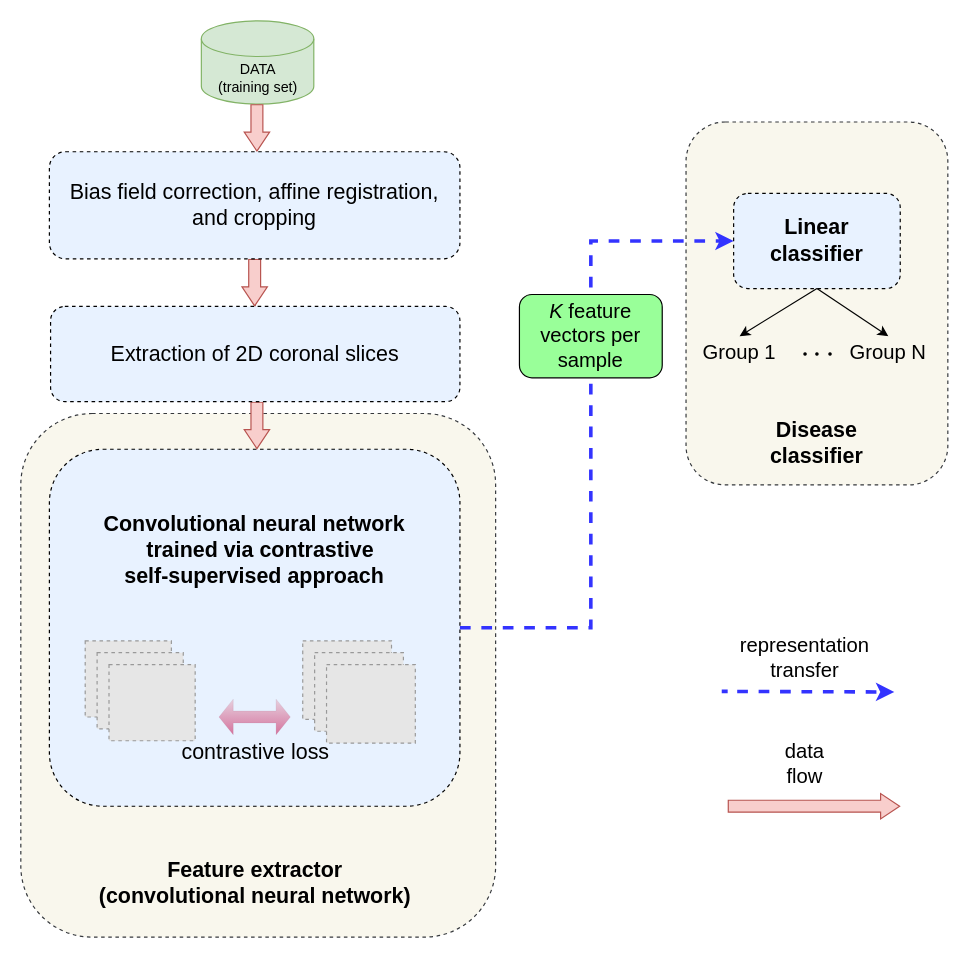
This is images/architecture.drawio from rafayshahood/adni-modif, a draw.io file, before an edit. Source tidied: cells renumbered, new cells numbered last; positions are measured from the earlier drawing's top-left corner, leaving out a move shared by most shapes. Both pictures are drawn from the tidied source at 119%, with x=0, y=0 at pixel (20, 20). Pictures stored in the file or linked from it are replaced by grey dashed boxes.
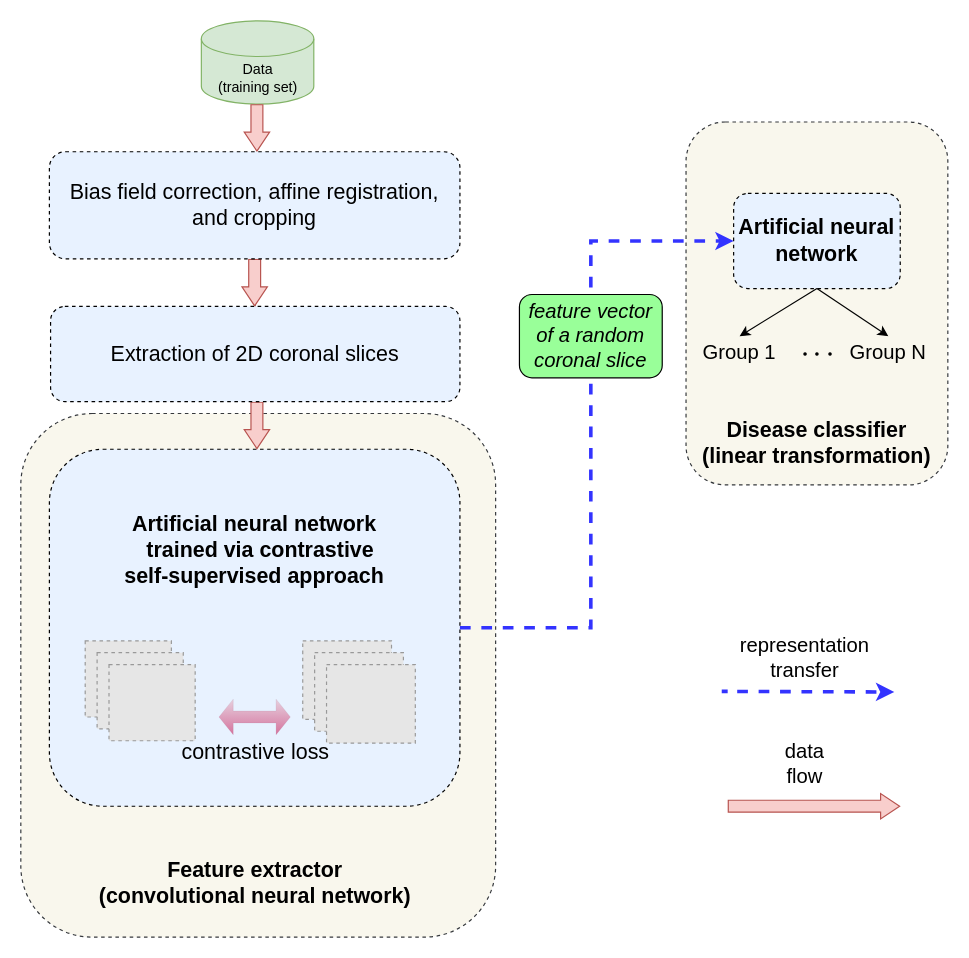
The same page after the edit.

Commit message (it also covers changes not shown here):
new architecture figure

Change to the diagram source:
```diff
@@
-    <mxCell id="3" value="&lt;span style=&quot;font-family: &amp;#34;arial&amp;#34; , &amp;#34;helvetica&amp;#34; , &amp;#34;verdana&amp;#34; , &amp;#34;geneva&amp;#34; , sans-serif ; text-align: left&quot;&gt;DATA&lt;br&gt;(training set)&lt;br&gt;&lt;/span&gt;" style="shape=cylinder3;whiteSpace=wrap;html=1;boundedLbl=1;backgroundOutline=1;size=15;fillColor=#d5e8d4;strokeColor=#82b366;" parent="1" vertex="1">
+    <mxCell id="3" value="&lt;span style=&quot;font-family: &amp;#34;arial&amp;#34; , &amp;#34;helvetica&amp;#34; , &amp;#34;verdana&amp;#34; , &amp;#34;geneva&amp;#34; , sans-serif ; text-align: left&quot;&gt;Data&lt;br&gt;(training set)&lt;br&gt;&lt;/span&gt;" style="shape=cylinder3;whiteSpace=wrap;html=1;boundedLbl=1;backgroundOutline=1;size=15;fillColor=#d5e8d4;strokeColor=#82b366;" parent="1" vertex="1">
       <mxGeometry x="151.7" width="94.5" height="70" as="geometry" />
     </mxCell>
@@
-    <mxCell id="7" value="&lt;b&gt;Convolutional neural network&lt;br&gt;&amp;nbsp; trained via contrastive &lt;br&gt;self-supervised approach&lt;br&gt;&lt;br&gt;&lt;br&gt;&lt;br&gt;&lt;br&gt;&lt;br&gt;&lt;br&gt;&lt;/b&gt;" style="rounded=1;whiteSpace=wrap;html=1;fontSize=18;fillColor=#E8F2FF;dashed=1;" parent="1" vertex="1">
+    <mxCell id="7" value="&lt;b&gt;Artificial neural network&lt;br&gt;&amp;nbsp; trained via contrastive &lt;br&gt;self-supervised approach&lt;br&gt;&lt;br&gt;&lt;br&gt;&lt;br&gt;&lt;br&gt;&lt;br&gt;&lt;br&gt;&lt;/b&gt;" style="rounded=1;whiteSpace=wrap;html=1;fontSize=18;fillColor=#E8F2FF;dashed=1;" parent="1" vertex="1">
       <mxGeometry x="24" y="360" width="345" height="300" as="geometry" />
     </mxCell>
@@
-    <mxCell id="20" value="&lt;b&gt;Linear&lt;br&gt;classifier&lt;/b&gt;" style="rounded=1;whiteSpace=wrap;html=1;fontSize=18;fillColor=#E8F2FF;dashed=1;" parent="1" vertex="1">
+    <mxCell id="20" value="&lt;b&gt;Artificial neural network&lt;/b&gt;" style="rounded=1;whiteSpace=wrap;html=1;fontSize=18;fillColor=#E8F2FF;dashed=1;" parent="1" vertex="1">
       <mxGeometry x="599" y="145" width="140" height="80" as="geometry" />
     </mxCell>
@@
-    <mxCell id="26" value="&lt;font style=&quot;font-size: 18px&quot;&gt;&lt;b&gt;Disease classifier&lt;/b&gt;&lt;/font&gt;" style="text;html=1;strokeColor=none;fillColor=none;align=center;verticalAlign=middle;whiteSpace=wrap;rounded=0;fontSize=14;" parent="1" vertex="1">
-      <mxGeometry x="594" y="340" width="150" height="30" as="geometry" />
+    <mxCell id="26" value="&lt;font style=&quot;font-size: 18px&quot;&gt;&lt;b&gt;Disease classifier&lt;br&gt;(linear transformation)&lt;br&gt;&lt;/b&gt;&lt;/font&gt;" style="text;html=1;strokeColor=none;fillColor=none;align=center;verticalAlign=middle;whiteSpace=wrap;rounded=0;fontSize=14;" parent="1" vertex="1">
+      <mxGeometry x="559" y="340" width="220" height="30" as="geometry" />
     </mxCell>
@@
-    <mxCell id="28" value="&lt;font style=&quot;font-size: 17px&quot;&gt;&lt;i&gt;K&lt;/i&gt; feature vectors per sample&lt;/font&gt;" style="rounded=1;whiteSpace=wrap;html=1;fillColor=#99FF99;rotation=0;" parent="1" vertex="1">
+    <mxCell id="28" value="&lt;span style=&quot;font-size: 17px&quot;&gt;&lt;i&gt;feature vector of a random coronal slice&lt;/i&gt;&lt;/span&gt;" style="rounded=1;whiteSpace=wrap;html=1;fillColor=#99FF99;rotation=0;" parent="1" vertex="1">
       <mxGeometry x="419" y="230" width="120" height="70" as="geometry" />
     </mxCell>
```
